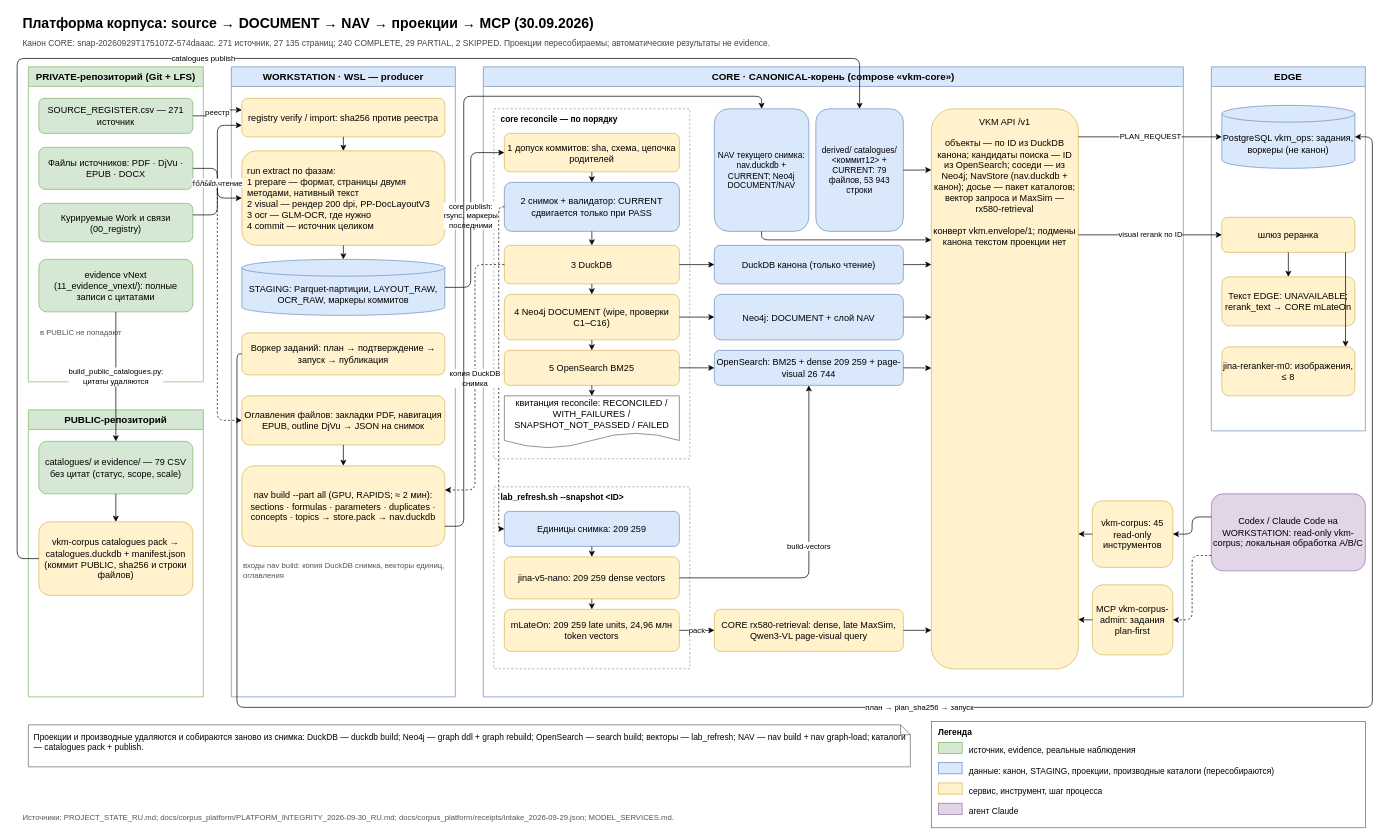
Above: page "Поток данных" (1 of 2) of docs/diagrams/platform_data_flow.drawio in SUKUNA-AI/vkm-subsidence-forecasting (draw.io), before the change. Source tidied: cells renumbered, new cells numbered last; positions are measured from the earlier drawing's top-left corner, leaving out a move shared by most shapes. Both pictures are drawn from the tidied source at 70%, with x=0, y=0 at pixel (17, 12).
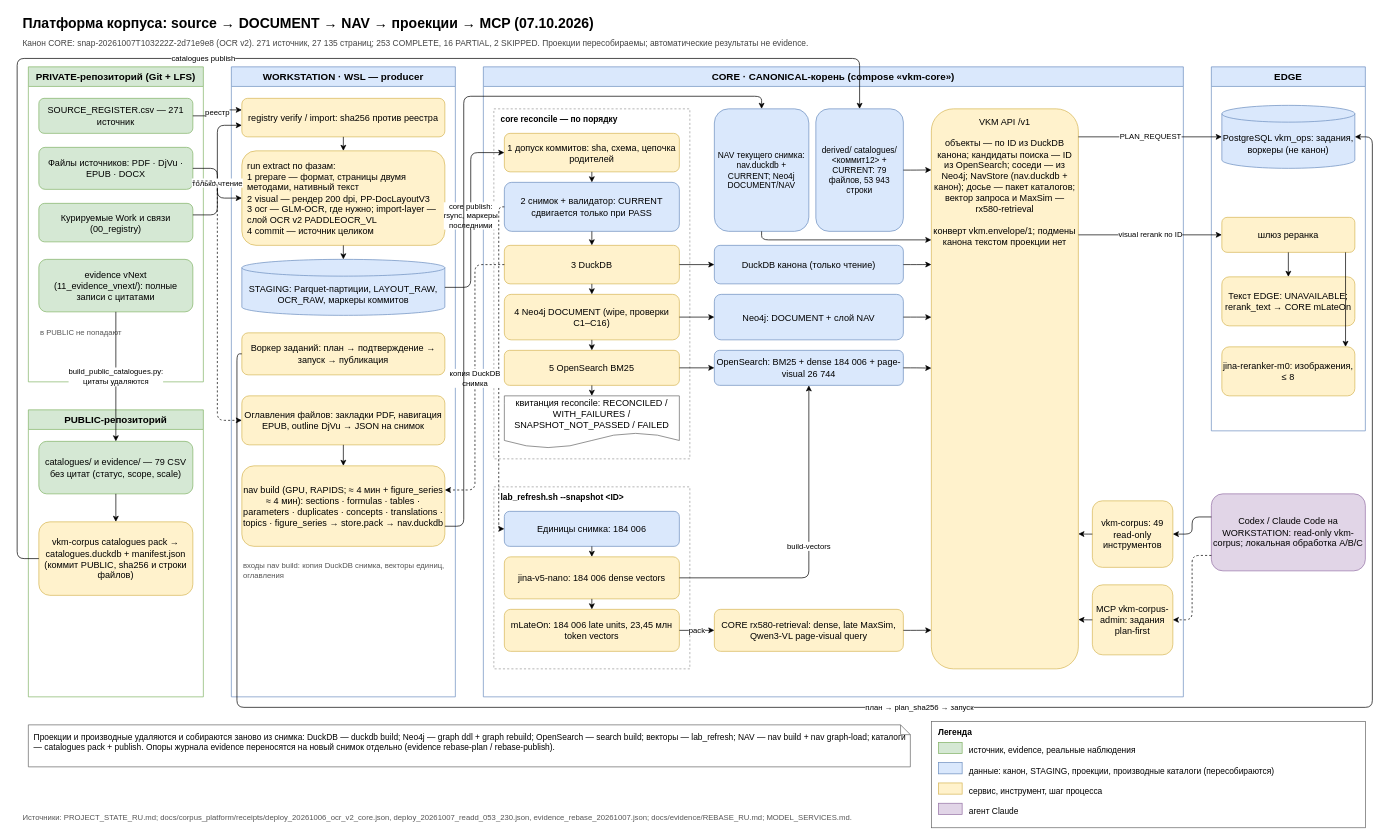
The same diagram, later.

Unchanged cells that the change refers to:
```xml
<mxCell id="13" value="WORKSTATION · WSL — producer" style="swimlane;fillColor=#dae8fc;fontSize=14;fontStyle=1;html=1;rounded=0;startSize=28;strokeColor=#6c8ebf;swimlaneFillColor=#ffffff;whiteSpace=wrap;" parent="1" vertex="1">
  <mxGeometry x="306" y="78" width="320" height="900" as="geometry" />
</mxCell>
<mxCell id="21" value="CORE · CANONICAL-корень (compose «vkm-core»)" style="swimlane;fillColor=#dae8fc;fontSize=14;fontStyle=1;html=1;rounded=0;startSize=28;strokeColor=#6c8ebf;swimlaneFillColor=#ffffff;whiteSpace=wrap;" parent="1" vertex="1">
  <mxGeometry x="666" y="78" width="1000" height="900" as="geometry" />
</mxCell>
<mxCell id="29" value="lab_refresh.sh --snapshot &amp;lt;ID&amp;gt;" style="align=left;dashed=1;fillColor=none;fontSize=12;fontStyle=1;html=1;rounded=0;spacingLeft=8;spacingTop=2;strokeColor=#999999;verticalAlign=top;whiteSpace=wrap;" parent="21" vertex="1">
  <mxGeometry x="15" y="600" width="280" height="260" as="geometry" />
</mxCell>
```

What changed in the source:
```diff
@@
-    <mxCell id="2" value="Платформа корпуса: source → DOCUMENT → NAV → проекции → MCP (30.09.2026)" style="text;align=left;fontSize=20;fontStyle=1;html=1;verticalAlign=middle;whiteSpace=wrap;" parent="1" vertex="1">
+    <mxCell id="2" value="Платформа корпуса: source → DOCUMENT → NAV → проекции → MCP (07.10.2026)" style="text;align=left;fontSize=20;fontStyle=1;html=1;verticalAlign=middle;whiteSpace=wrap;" parent="1" vertex="1">
       <mxGeometry x="6" width="1920" height="30" as="geometry" />
     </mxCell>
-    <mxCell id="3" value="Канон CORE: snap-20260929T175107Z-574daaac. 271 источник, 27 135 страниц; 240 COMPLETE, 29 PARTIAL, 2 SKIPPED. Проекции пересобираемы; автоматические результаты не evidence." style="text;align=left;fontColor=#444444;fontSize=12;html=1;verticalAlign=middle;whiteSpace=wrap;" parent="1" vertex="1">
+    <mxCell id="3" value="Канон CORE: snap-20261007T103222Z-2d71e9e8 (OCR v2). 271 источник, 27 135 страниц; 253 COMPLETE, 16 PARTIAL, 2 SKIPPED. Проекции пересобираемы; автоматические результаты не evidence." style="text;align=left;fontColor=#444444;fontSize=12;html=1;verticalAlign=middle;whiteSpace=wrap;" parent="1" vertex="1">
       <mxGeometry x="6" y="32" width="1920" height="25" as="geometry" />
     </mxCell>
@@
-    <mxCell id="15" value="run extract по фазам:&lt;br&gt;1 prepare — формат, страницы двумя методами, нативный текст&lt;br&gt;2 visual — рендер 200 dpi, PP-DocLayoutV3&lt;br&gt;3 ocr — GLM-OCR, где нужно&lt;br&gt;4 commit — источник целиком" style="align=left;fillColor=#fff2cc;fontSize=13;html=1;rounded=1;spacingLeft=6;spacingRight=4;strokeColor=#d6b656;whiteSpace=wrap;" parent="13" vertex="1">
+    <mxCell id="15" value="run extract по фазам:&lt;br&gt;1 prepare — формат, страницы двумя методами, нативный текст&lt;br&gt;2 visual — рендер 200 dpi, PP-DocLayoutV3&lt;br&gt;3 ocr — GLM-OCR, где нужно; import-layer — слой OCR v2 PADDLEOCR_VL&lt;br&gt;4 commit — источник целиком" style="align=left;fillColor=#fff2cc;fontSize=13;html=1;rounded=1;spacingLeft=6;spacingRight=4;strokeColor=#d6b656;whiteSpace=wrap;" parent="13" vertex="1">
       <mxGeometry x="15" y="120" width="290" height="135" as="geometry" />
     </mxCell>
@@
-    <mxCell id="19" value="nav build --part all (GPU, RAPIDS; ≈ 2 мин): sections · formulas · parameters · duplicates · concepts · topics → store.pack → nav.duckdb" style="fillColor=#fff2cc;fontSize=13;html=1;rounded=1;strokeColor=#d6b656;whiteSpace=wrap;" parent="13" vertex="1">
+    <mxCell id="19" value="nav build (GPU, RAPIDS; ≈ 4 мин + figure_series ≈ 4 мин): sections · formulas · tables · parameters · duplicates · concepts · translations · topics · figure_series → store.pack → nav.duckdb" style="fillColor=#fff2cc;fontSize=13;html=1;rounded=1;strokeColor=#d6b656;whiteSpace=wrap;" parent="13" vertex="1">
       <mxGeometry x="15" y="570" width="290" height="115" as="geometry" />
     </mxCell>
@@
-    <mxCell id="30" value="Единицы снимка: 209 259" style="fillColor=#dae8fc;fontSize=13;html=1;rounded=1;strokeColor=#6c8ebf;whiteSpace=wrap;" parent="29" vertex="1">
+    <mxCell id="30" value="Единицы снимка: 184 006" style="fillColor=#dae8fc;fontSize=13;html=1;rounded=1;strokeColor=#6c8ebf;whiteSpace=wrap;" parent="29" vertex="1">
       <mxGeometry x="15" y="35" width="250" height="50" as="geometry" />
     </mxCell>
-    <mxCell id="31" value="jina-v5-nano: 209 259 dense vectors" style="fillColor=#fff2cc;fontSize=13;html=1;rounded=1;strokeColor=#d6b656;whiteSpace=wrap;" parent="29" vertex="1">
+    <mxCell id="31" value="jina-v5-nano: 184 006 dense vectors" style="fillColor=#fff2cc;fontSize=13;html=1;rounded=1;strokeColor=#d6b656;whiteSpace=wrap;" parent="29" vertex="1">
       <mxGeometry x="15" y="100" width="250" height="60" as="geometry" />
     </mxCell>
-    <mxCell id="32" value="mLateOn: 209 259 late units, 24,96 млн token vectors" style="fillColor=#fff2cc;fontSize=13;html=1;rounded=1;strokeColor=#d6b656;whiteSpace=wrap;" parent="29" vertex="1">
+    <mxCell id="32" value="mLateOn: 184 006 late units, 23,45 млн token vectors" style="fillColor=#fff2cc;fontSize=13;html=1;rounded=1;strokeColor=#d6b656;whiteSpace=wrap;" parent="29" vertex="1">
       <mxGeometry x="15" y="175" width="250" height="60" as="geometry" />
     </mxCell>
@@
-    <mxCell id="37" value="OpenSearch: BM25 + dense 209 259 + page-visual 26 744" style="fillColor=#dae8fc;fontSize=13;html=1;rounded=1;strokeColor=#6c8ebf;whiteSpace=wrap;" parent="21" vertex="1">
+    <mxCell id="37" value="OpenSearch: BM25 + dense 184 006 + page-visual 26 744" style="fillColor=#dae8fc;fontSize=13;html=1;rounded=1;strokeColor=#6c8ebf;whiteSpace=wrap;" parent="21" vertex="1">
       <mxGeometry x="330" y="405" width="270" height="50" as="geometry" />
     </mxCell>
@@
-    <mxCell id="40" value="vkm-corpus: 45 read-only инструментов" style="fillColor=#fff2cc;fontSize=13;html=1;rounded=1;strokeColor=#d6b656;whiteSpace=wrap;" parent="21" vertex="1">
+    <mxCell id="40" value="vkm-corpus: 49 read-only инструментов" style="fillColor=#fff2cc;fontSize=13;html=1;rounded=1;strokeColor=#d6b656;whiteSpace=wrap;" parent="21" vertex="1">
       <mxGeometry x="870" y="620" width="115" height="95" as="geometry" />
     </mxCell>
@@
-    <mxCell id="48" value="Проекции и производные удаляются и собираются заново из снимка: DuckDB — duckdb build; Neo4j — graph ddl + graph rebuild; OpenSearch — search build; векторы — lab_refresh; NAV — nav build + nav graph-load; каталоги — catalogues pack + publish." style="align=left;backgroundOutline=1;fillColor=#ffffff;fontSize=12;html=1;shape=note;size=14;spacingLeft=6;spacingTop=4;strokeColor=#666666;verticalAlign=top;whiteSpace=wrap;" parent="1" vertex="1">
+    <mxCell id="48" value="Проекции и производные удаляются и собираются заново из снимка: DuckDB — duckdb build; Neo4j — graph ddl + graph rebuild; OpenSearch — search build; векторы — lab_refresh; NAV — nav build + nav graph-load; каталоги — catalogues pack + publish. Опоры журнала evidence переносятся на новый снимок отдельно (evidence rebase-plan / rebase-publish)." style="align=left;backgroundOutline=1;fillColor=#ffffff;fontSize=12;html=1;shape=note;size=14;spacingLeft=6;spacingTop=4;strokeColor=#666666;verticalAlign=top;whiteSpace=wrap;" parent="1" vertex="1">
       <mxGeometry x="16" y="1018" width="1260" height="60" as="geometry" />
     </mxCell>
@@
-    <mxCell id="58" value="Источники: PROJECT_STATE_RU.md; docs/corpus_platform/PLATFORM_INTEGRITY_2026-09-30_RU.md; docs/corpus_platform/receipts/intake_2026-09-29.json; MODEL_SERVICES.md." style="text;align=left;fontColor=#555555;fontSize=11;html=1;verticalAlign=middle;whiteSpace=wrap;" parent="1" vertex="1">
+    <mxCell id="58" value="Источники: PROJECT_STATE_RU.md; docs/corpus_platform/receipts/deploy_20261006_ocr_v2_core.json, deploy_20261007_readd_053_230.json, evidence_rebase_20261007.json; docs/evidence/REBASE_RU.md; MODEL_SERVICES.md." style="text;align=left;fontColor=#555555;fontSize=11;html=1;verticalAlign=middle;whiteSpace=wrap;" parent="1" vertex="1">
       <mxGeometry x="6" y="1138" width="1920" height="25" as="geometry" />
     </mxCell>
```
